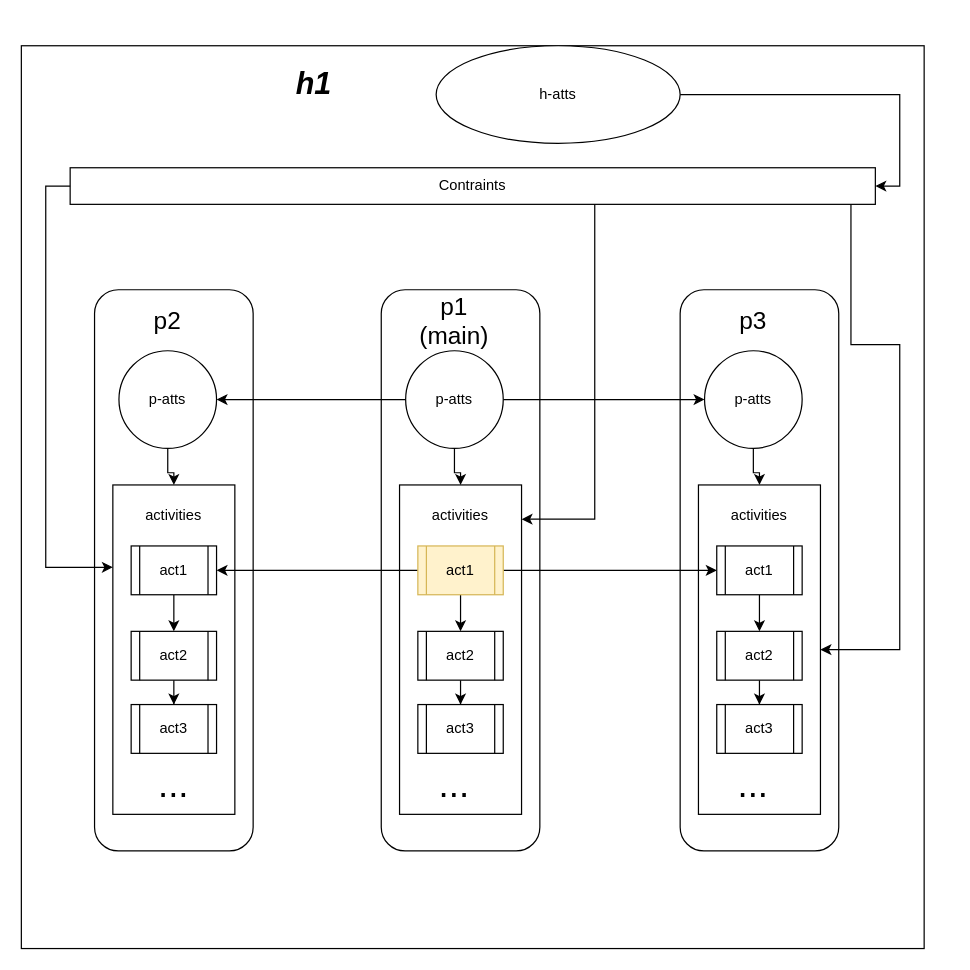
bobkatla/PopSyn_Monash keeps this draw.io diagram as general_drawio/activity_gen.drawio. Above is the earlier version. Source tidied: cells renumbered, new cells numbered last; positions are measured from the earlier drawing's top-left corner, leaving out a move shared by most shapes. Both pictures are drawn from the tidied source at 122%, with x=0, y=0 at pixel (21, 45).
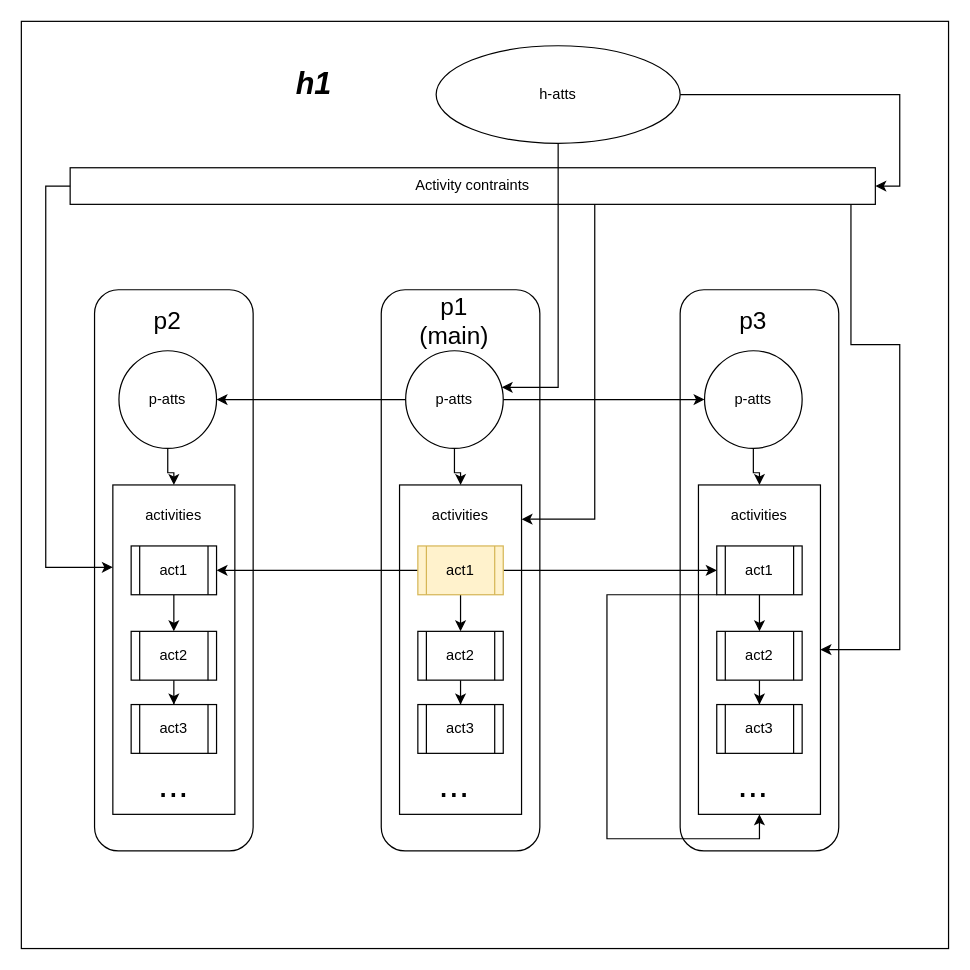
The same diagram, later.

The change refers to these unchanged cells:
```xml
<mxCell id="9" value="h-atts" style="ellipse;whiteSpace=wrap;html=1;" parent="1" vertex="1">
  <mxGeometry x="340" width="200" height="80" as="geometry" />
</mxCell>
<mxCell id="27" value="p-atts" style="ellipse;whiteSpace=wrap;html=1;" parent="1" vertex="1">
  <mxGeometry x="315" y="250" width="80" height="80" as="geometry" />
</mxCell>
<mxCell id="41" style="rounded=0;whiteSpace=wrap;html=1;fillColor=none;" parent="1" vertex="1">
  <mxGeometry x="555" y="360" width="100" height="270" as="geometry" />
</mxCell>
<mxCell id="44" value="act1" style="shape=process;whiteSpace=wrap;html=1;backgroundOutline=1;" parent="1" vertex="1">
  <mxGeometry x="570" y="410" width="70" height="40" as="geometry" />
</mxCell>
```

Diff of the diagram source:
```diff
@@
     <mxCell id="2" style="whiteSpace=wrap;html=1;fillColor=none;" parent="1" vertex="1">
-      <mxGeometry width="740" height="740" as="geometry" />
+      <mxGeometry y="-20" width="760" height="760" as="geometry" />
     </mxCell>
@@
+    <mxCell id="51" style="edgeStyle=orthogonalEdgeStyle;rounded=0;jettySize=auto;html=1;" parent="1" edge="1" source="9" target="27">
+      <mxGeometry relative="1" as="geometry">
+        <Array as="points">
+          <mxPoint x="440" y="280" />
+        </Array>
+      </mxGeometry>
+    </mxCell>
@@
-    <mxCell id="14" value="Contraints" style="rounded=0;whiteSpace=wrap;html=1;fillColor=none;" parent="1" vertex="1">
+    <mxCell id="14" value="Activity contraints" style="rounded=0;whiteSpace=wrap;html=1;fillColor=none;" parent="1" vertex="1">
       <mxGeometry x="40" y="100" width="660" height="30" as="geometry" />
     </mxCell>
@@
+    <mxCell id="52" style="edgeStyle=orthogonalEdgeStyle;rounded=0;jettySize=auto;html=1;entryX=0.5;entryY=1;entryDx=0;entryDy=0;" parent="1" edge="1" source="44" target="41">
+      <mxGeometry relative="1" as="geometry">
+        <Array as="points">
+          <mxPoint x="480" y="450" />
+          <mxPoint x="480" y="650" />
+          <mxPoint x="605" y="650" />
+        </Array>
+      </mxGeometry>
+    </mxCell>
```
